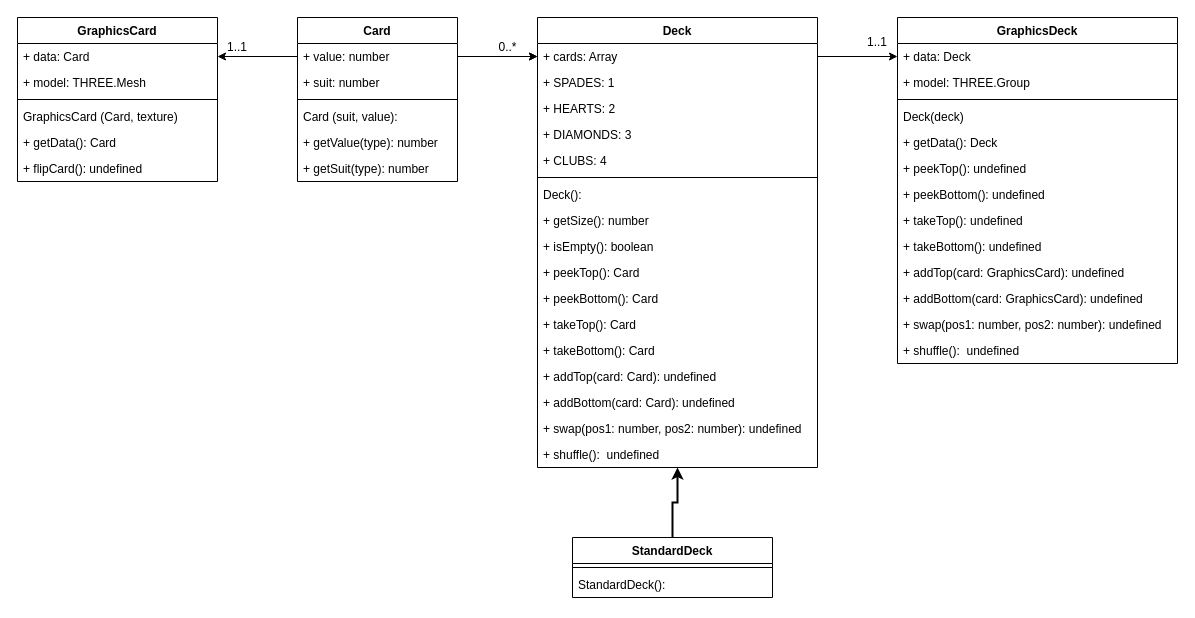
Before: page "UML" (1 of 2) of Diagrams/src/UML.drawio in craveiroa/GameOfWar, a draw.io diagram. Source tidied: cells renumbered, new cells numbered last; positions are measured from the earlier drawing's top-left corner, leaving out a move shared by most shapes. Both pictures are drawn from the tidied source at 100%, with x=0, y=0 at pixel (17, 17).
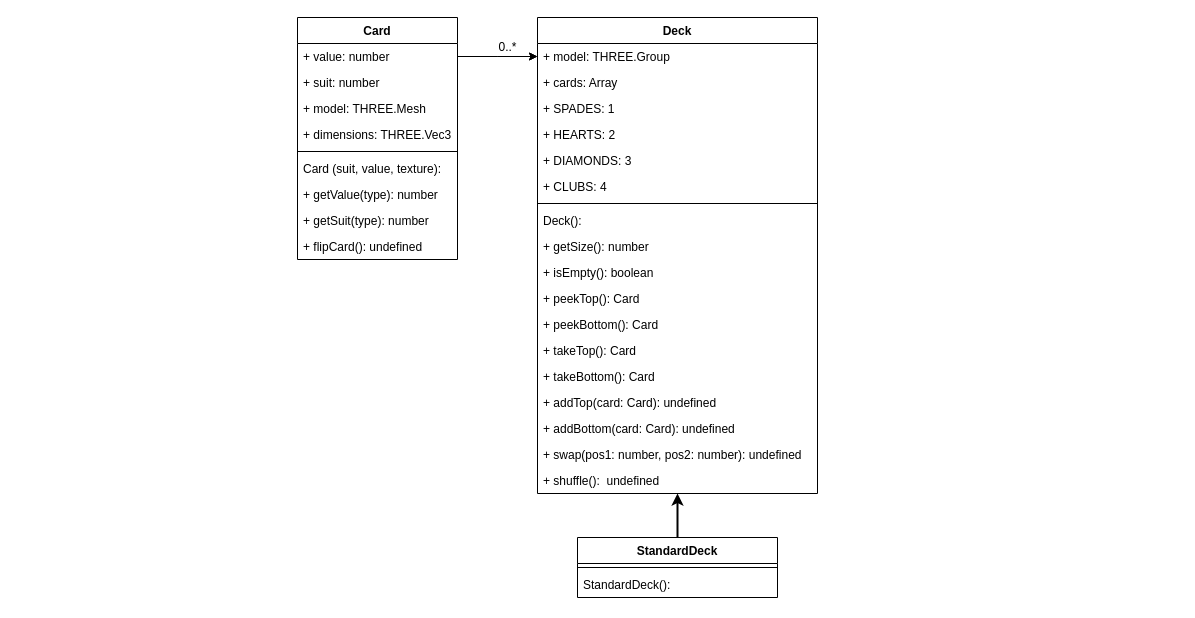
Above is the later version.

The change refers to these unchanged cells:
```xml
<mxCell id="3" value="+ value: number" style="text;strokeColor=none;fillColor=none;align=left;verticalAlign=top;spacingLeft=4;spacingRight=4;overflow=hidden;points=[[0,0.5],[1,0.5]];portConstraint=eastwest;" parent="2" vertex="1">
  <mxGeometry y="26" width="160" height="26" as="geometry" />
</mxCell>
```

Change to the diagram source:
```diff
@@
     <mxCell id="2" value="Card" style="swimlane;fontStyle=1;align=center;verticalAlign=top;horizontal=1;startSize=26;" parent="1" vertex="1">
-      <mxGeometry x="280" width="160" height="164" as="geometry" />
+      <mxGeometry x="280" width="160" height="242" as="geometry" />
     </mxCell>
@@
+    <mxCell id="36" value="+ model: THREE.Mesh" style="text;strokeColor=none;fillColor=none;align=left;verticalAlign=top;spacingLeft=4;spacingRight=4;overflow=hidden;" parent="2" vertex="1">
+      <mxGeometry y="78" width="160" height="26" as="geometry" />
+    </mxCell>
+    <mxCell id="59" value="+ dimensions: THREE.Vec3" style="text;strokeColor=none;fillColor=none;align=left;verticalAlign=top;spacingLeft=4;spacingRight=4;overflow=hidden;" parent="2" vertex="1">
+      <mxGeometry y="104" width="160" height="26" as="geometry" />
+    </mxCell>
     <mxCell id="5" style="line;strokeWidth=1;fillColor=none;align=left;verticalAlign=middle;spacingTop=-1;spacingLeft=3;spacingRight=3;labelPosition=right;strokeColor=inherit;" parent="2" vertex="1">
-      <mxGeometry y="78" width="160" height="8" as="geometry" />
+      <mxGeometry y="130" width="160" height="8" as="geometry" />
     </mxCell>
-    <mxCell id="6" value="Card (suit, value):" style="text;strokeColor=none;fillColor=none;align=left;verticalAlign=top;spacingLeft=4;spacingRight=4;overflow=hidden;" parent="2" vertex="1">
-      <mxGeometry y="86" width="160" height="26" as="geometry" />
+    <mxCell id="6" value="Card (suit, value, texture):" style="text;strokeColor=none;fillColor=none;align=left;verticalAlign=top;spacingLeft=4;spacingRight=4;overflow=hidden;" parent="2" vertex="1">
+      <mxGeometry y="138" width="160" height="26" as="geometry" />
     </mxCell>
     <mxCell id="7" value="+ getValue(type): number" style="text;strokeColor=none;fillColor=none;align=left;verticalAlign=top;spacingLeft=4;spacingRight=4;overflow=hidden;" parent="2" vertex="1">
-      <mxGeometry y="112" width="160" height="26" as="geometry" />
+      <mxGeometry y="164" width="160" height="26" as="geometry" />
     </mxCell>
     <mxCell id="8" value="+ getSuit(type): number" style="text;strokeColor=none;fillColor=none;align=left;verticalAlign=top;spacingLeft=4;spacingRight=4;overflow=hidden;" parent="2" vertex="1">
-      <mxGeometry y="138" width="160" height="26" as="geometry" />
+      <mxGeometry y="190" width="160" height="26" as="geometry" />
     </mxCell>
+    <mxCell id="40" value="+ flipCard(): undefined" style="text;strokeColor=none;fillColor=none;align=left;verticalAlign=top;spacingLeft=4;spacingRight=4;overflow=hidden;" parent="2" vertex="1">
+      <mxGeometry y="216" width="160" height="26" as="geometry" />
+    </mxCell>
     <mxCell id="9" value="Deck" style="swimlane;fontStyle=1;align=center;verticalAlign=top;horizontal=1;startSize=26;" parent="1" vertex="1">
-      <mxGeometry x="520" width="280" height="450" as="geometry" />
+      <mxGeometry x="520" width="280" height="476" as="geometry" />
     </mxCell>
-    <mxCell id="10" value="+ cards: Array" style="text;strokeColor=none;fillColor=none;align=left;verticalAlign=top;spacingLeft=4;spacingRight=4;overflow=hidden;points=[[0,0.5],[1,0.5]];portConstraint=eastwest;" parent="9" vertex="1">
-      <mxGeometry y="26" width="280" height="26" as="geometry" />
-    </mxCell>
+    <mxCell id="60" value="+ model: THREE.Group" style="text;strokeColor=none;fillColor=none;align=left;verticalAlign=top;spacingLeft=4;spacingRight=4;overflow=hidden;" parent="9" vertex="1">
+      <mxGeometry y="26" width="280" height="26" as="geometry" />
+    </mxCell>
+    <mxCell id="45" value="+ cards: Array" style="text;strokeColor=none;fillColor=none;align=left;verticalAlign=top;spacingLeft=4;spacingRight=4;overflow=hidden;" parent="9" vertex="1">
+      <mxGeometry y="52" width="280" height="26" as="geometry" />
+    </mxCell>
     <mxCell id="11" value="+ SPADES: 1" style="text;strokeColor=none;fillColor=none;align=left;verticalAlign=top;spacingLeft=4;spacingRight=4;overflow=hidden;" parent="9" vertex="1">
-      <mxGeometry y="52" width="280" height="26" as="geometry" />
+      <mxGeometry y="78" width="280" height="26" as="geometry" />
     </mxCell>
     <mxCell id="12" value="+ HEARTS: 2" style="text;strokeColor=none;fillColor=none;align=left;verticalAlign=top;spacingLeft=4;spacingRight=4;overflow=hidden;" parent="9" vertex="1">
-      <mxGeometry y="78" width="280" height="26" as="geometry" />
+      <mxGeometry y="104" width="280" height="26" as="geometry" />
     </mxCell>
     <mxCell id="13" value="+ DIAMONDS: 3" style="text;strokeColor=none;fillColor=none;align=left;verticalAlign=top;spacingLeft=4;spacingRight=4;overflow=hidden;" parent="9" vertex="1">
-      <mxGeometry y="104" width="280" height="26" as="geometry" />
+      <mxGeometry y="130" width="280" height="26" as="geometry" />
     </mxCell>
     <mxCell id="14" value="+ CLUBS: 4" style="text;strokeColor=none;fillColor=none;align=left;verticalAlign=top;spacingLeft=4;spacingRight=4;overflow=hidden;" parent="9" vertex="1">
-      <mxGeometry y="130" width="280" height="26" as="geometry" />
+      <mxGeometry y="156" width="280" height="26" as="geometry" />
     </mxCell>
     <mxCell id="15" style="line;strokeWidth=1;fillColor=none;align=left;verticalAlign=middle;spacingTop=-1;spacingLeft=3;spacingRight=3;labelPosition=right;strokeColor=inherit;" parent="9" vertex="1">
-      <mxGeometry y="156" width="280" height="8" as="geometry" />
+      <mxGeometry y="182" width="280" height="8" as="geometry" />
     </mxCell>
     <mxCell id="16" value="Deck():" style="text;strokeColor=none;fillColor=none;align=left;verticalAlign=top;spacingLeft=4;spacingRight=4;overflow=hidden;" parent="9" vertex="1">
-      <mxGeometry y="164" width="280" height="26" as="geometry" />
+      <mxGeometry y="190" width="280" height="26" as="geometry" />
     </mxCell>
     <mxCell id="17" value="+ getSize(): number" style="text;strokeColor=none;fillColor=none;align=left;verticalAlign=top;spacingLeft=4;spacingRight=4;overflow=hidden;" parent="9" vertex="1">
-      <mxGeometry y="190" width="280" height="26" as="geometry" />
+      <mxGeometry y="216" width="280" height="26" as="geometry" />
     </mxCell>
     <mxCell id="18" value="+ isEmpty(): boolean" style="text;strokeColor=none;fillColor=none;align=left;verticalAlign=top;spacingLeft=4;spacingRight=4;overflow=hidden;" parent="9" vertex="1">
-      <mxGeometry y="216" width="280" height="26" as="geometry" />
+      <mxGeometry y="242" width="280" height="26" as="geometry" />
     </mxCell>
     <mxCell id="19" value="+ peekTop(): Card" style="text;strokeColor=none;fillColor=none;align=left;verticalAlign=top;spacingLeft=4;spacingRight=4;overflow=hidden;" parent="9" vertex="1">
-      <mxGeometry y="242" width="280" height="26" as="geometry" />
+      <mxGeometry y="268" width="280" height="26" as="geometry" />
     </mxCell>
     <mxCell id="20" value="+ peekBottom(): Card" style="text;strokeColor=none;fillColor=none;align=left;verticalAlign=top;spacingLeft=4;spacingRight=4;overflow=hidden;" parent="9" vertex="1">
-      <mxGeometry y="268" width="280" height="26" as="geometry" />
+      <mxGeometry y="294" width="280" height="26" as="geometry" />
     </mxCell>
     <mxCell id="21" value="+ takeTop(): Card" style="text;strokeColor=none;fillColor=none;align=left;verticalAlign=top;spacingLeft=4;spacingRight=4;overflow=hidden;" parent="9" vertex="1">
-      <mxGeometry y="294" width="280" height="26" as="geometry" />
+      <mxGeometry y="320" width="280" height="26" as="geometry" />
     </mxCell>
     <mxCell id="22" value="+ takeBottom(): Card" style="text;strokeColor=none;fillColor=none;align=left;verticalAlign=top;spacingLeft=4;spacingRight=4;overflow=hidden;" parent="9" vertex="1">
-      <mxGeometry y="320" width="280" height="26" as="geometry" />
+      <mxGeometry y="346" width="280" height="26" as="geometry" />
     </mxCell>
     <mxCell id="23" value="+ addTop(card: Card): undefined" style="text;strokeColor=none;fillColor=none;align=left;verticalAlign=top;spacingLeft=4;spacingRight=4;overflow=hidden;" parent="9" vertex="1">
-      <mxGeometry y="346" width="280" height="26" as="geometry" />
+      <mxGeometry y="372" width="280" height="26" as="geometry" />
     </mxCell>
     <mxCell id="24" value="+ addBottom(card: Card): undefined" style="text;strokeColor=none;fillColor=none;align=left;verticalAlign=top;spacingLeft=4;spacingRight=4;overflow=hidden;" parent="9" vertex="1">
-      <mxGeometry y="372" width="280" height="26" as="geometry" />
+      <mxGeometry y="398" width="280" height="26" as="geometry" />
     </mxCell>
     <mxCell id="25" value="+ swap(pos1: number, pos2: number): undefined" style="text;strokeColor=none;fillColor=none;align=left;verticalAlign=top;spacingLeft=4;spacingRight=4;overflow=hidden;" parent="9" vertex="1">
-      <mxGeometry y="398" width="280" height="26" as="geometry" />
+      <mxGeometry y="424" width="280" height="26" as="geometry" />
     </mxCell>
     <mxCell id="26" value="+ shuffle():  undefined" style="text;strokeColor=none;fillColor=none;align=left;verticalAlign=top;spacingLeft=4;spacingRight=4;overflow=hidden;points=[[0,0.5],[1,0.5]];portConstraint=eastwest;" parent="9" vertex="1">
-      <mxGeometry y="424" width="280" height="26" as="geometry" />
+      <mxGeometry y="450" width="280" height="26" as="geometry" />
     </mxCell>
@@
-    <mxCell id="29" style="edgeStyle=orthogonalEdgeStyle;rounded=0;jettySize=auto;html=1;exitX=1;exitY=0.5;exitDx=0;exitDy=0;entryX=0;entryY=0.5;entryDx=0;entryDy=0;" parent="1" edge="1" source="3" target="10">
-      <mxGeometry relative="1" as="geometry" />
+    <mxCell id="29" style="edgeStyle=orthogonalEdgeStyle;rounded=0;jettySize=auto;html=1;exitX=1;exitY=0.5;exitDx=0;exitDy=0;entryX=0;entryY=0.5;entryDx=0;entryDy=0;" parent="1" edge="1" source="3">
+      <mxGeometry relative="1" as="geometry">
+        <mxPoint x="520" y="39" as="targetPoint" />
+      </mxGeometry>
     </mxCell>
@@
     <mxCell id="31" value="StandardDeck" style="swimlane;fontStyle=1;align=center;verticalAlign=top;horizontal=1;startSize=26;" parent="1" vertex="1">
-      <mxGeometry x="555" y="520" width="200" height="60" as="geometry" />
+      <mxGeometry x="560" y="520" width="200" height="60" as="geometry" />
     </mxCell>
@@
-    <mxCell id="34" value="GraphicsCard" style="swimlane;fontStyle=1;align=center;verticalAlign=top;horizontal=1;startSize=26;" parent="1" vertex="1">
-      <mxGeometry width="200" height="164" as="geometry" />
-    </mxCell>
-    <mxCell id="35" value="+ data: Card" style="text;strokeColor=none;fillColor=none;align=left;verticalAlign=top;spacingLeft=4;spacingRight=4;overflow=hidden;points=[[0,0.5],[1,0.5]];portConstraint=eastwest;" parent="34" vertex="1">
-      <mxGeometry y="26" width="200" height="26" as="geometry" />
-    </mxCell>
-    <mxCell id="36" value="+ model: THREE.Mesh" style="text;strokeColor=none;fillColor=none;align=left;verticalAlign=top;spacingLeft=4;spacingRight=4;overflow=hidden;" parent="34" vertex="1">
-      <mxGeometry y="52" width="200" height="26" as="geometry" />
-    </mxCell>
-    <mxCell id="37" style="line;strokeWidth=1;fillColor=none;align=left;verticalAlign=middle;spacingTop=-1;spacingLeft=3;spacingRight=3;labelPosition=right;strokeColor=inherit;" parent="34" vertex="1">
-      <mxGeometry y="78" width="200" height="8" as="geometry" />
-    </mxCell>
-    <mxCell id="38" value="GraphicsCard (Card, texture)" style="text;strokeColor=none;fillColor=none;align=left;verticalAlign=top;spacingLeft=4;spacingRight=4;overflow=hidden;" parent="34" vertex="1">
-      <mxGeometry y="86" width="200" height="26" as="geometry" />
-    </mxCell>
-    <mxCell id="39" value="+ getData(): Card" style="text;strokeColor=none;fillColor=none;align=left;verticalAlign=top;spacingLeft=4;spacingRight=4;overflow=hidden;" parent="34" vertex="1">
-      <mxGeometry y="112" width="200" height="26" as="geometry" />
-    </mxCell>
-    <mxCell id="40" value="+ flipCard(): undefined" style="text;strokeColor=none;fillColor=none;align=left;verticalAlign=top;spacingLeft=4;spacingRight=4;overflow=hidden;" parent="34" vertex="1">
-      <mxGeometry y="138" width="200" height="26" as="geometry" />
-    </mxCell>
-    <mxCell id="41" style="edgeStyle=orthogonalEdgeStyle;rounded=0;jettySize=auto;html=1;exitX=0;exitY=0.5;exitDx=0;exitDy=0;entryX=1;entryY=0.5;entryDx=0;entryDy=0;" parent="1" edge="1" source="3" target="35">
-      <mxGeometry relative="1" as="geometry" />
-    </mxCell>
-    <mxCell id="42" value="1..1" style="text;html=1;strokeColor=none;fillColor=none;align=center;verticalAlign=middle;whiteSpace=wrap;rounded=0;" parent="1" vertex="1">
-      <mxGeometry x="190" y="15" width="60" height="30" as="geometry" />
-    </mxCell>
-    <mxCell id="43" value="GraphicsDeck" style="swimlane;fontStyle=1;align=center;verticalAlign=top;horizontal=1;startSize=26;" parent="1" vertex="1">
-      <mxGeometry x="880" width="280" height="346" as="geometry" />
-    </mxCell>
-    <mxCell id="44" value="+ data: Deck" style="text;strokeColor=none;fillColor=none;align=left;verticalAlign=top;spacingLeft=4;spacingRight=4;overflow=hidden;points=[[0,0.5],[1,0.5]];portConstraint=eastwest;" parent="43" vertex="1">
-      <mxGeometry y="26" width="280" height="26" as="geometry" />
-    </mxCell>
-    <mxCell id="45" value="+ model: THREE.Group" style="text;strokeColor=none;fillColor=none;align=left;verticalAlign=top;spacingLeft=4;spacingRight=4;overflow=hidden;" parent="43" vertex="1">
-      <mxGeometry y="52" width="280" height="26" as="geometry" />
-    </mxCell>
-    <mxCell id="46" style="line;strokeWidth=1;fillColor=none;align=left;verticalAlign=middle;spacingTop=-1;spacingLeft=3;spacingRight=3;labelPosition=right;strokeColor=inherit;" parent="43" vertex="1">
-      <mxGeometry y="78" width="280" height="8" as="geometry" />
-    </mxCell>
-    <mxCell id="47" value="Deck(deck)" style="text;strokeColor=none;fillColor=none;align=left;verticalAlign=top;spacingLeft=4;spacingRight=4;overflow=hidden;" parent="43" vertex="1">
-      <mxGeometry y="86" width="280" height="26" as="geometry" />
-    </mxCell>
-    <mxCell id="48" value="+ getData(): Deck" style="text;strokeColor=none;fillColor=none;align=left;verticalAlign=top;spacingLeft=4;spacingRight=4;overflow=hidden;" parent="43" vertex="1">
-      <mxGeometry y="112" width="280" height="26" as="geometry" />
-    </mxCell>
-    <mxCell id="49" value="+ peekTop(): undefined" style="text;strokeColor=none;fillColor=none;align=left;verticalAlign=top;spacingLeft=4;spacingRight=4;overflow=hidden;" parent="43" vertex="1">
-      <mxGeometry y="138" width="280" height="26" as="geometry" />
-    </mxCell>
-    <mxCell id="50" value="+ peekBottom(): undefined" style="text;strokeColor=none;fillColor=none;align=left;verticalAlign=top;spacingLeft=4;spacingRight=4;overflow=hidden;" parent="43" vertex="1">
-      <mxGeometry y="164" width="280" height="26" as="geometry" />
-    </mxCell>
-    <mxCell id="51" value="+ takeTop(): undefined" style="text;strokeColor=none;fillColor=none;align=left;verticalAlign=top;spacingLeft=4;spacingRight=4;overflow=hidden;" parent="43" vertex="1">
-      <mxGeometry y="190" width="280" height="26" as="geometry" />
-    </mxCell>
-    <mxCell id="52" value="+ takeBottom(): undefined" style="text;strokeColor=none;fillColor=none;align=left;verticalAlign=top;spacingLeft=4;spacingRight=4;overflow=hidden;" parent="43" vertex="1">
-      <mxGeometry y="216" width="280" height="26" as="geometry" />
-    </mxCell>
-    <mxCell id="53" value="+ addTop(card: GraphicsCard): undefined" style="text;strokeColor=none;fillColor=none;align=left;verticalAlign=top;spacingLeft=4;spacingRight=4;overflow=hidden;" parent="43" vertex="1">
-      <mxGeometry y="242" width="280" height="26" as="geometry" />
-    </mxCell>
-    <mxCell id="54" value="+ addBottom(card: GraphicsCard): undefined" style="text;strokeColor=none;fillColor=none;align=left;verticalAlign=top;spacingLeft=4;spacingRight=4;overflow=hidden;" parent="43" vertex="1">
-      <mxGeometry y="268" width="280" height="26" as="geometry" />
-    </mxCell>
-    <mxCell id="55" value="+ swap(pos1: number, pos2: number): undefined" style="text;strokeColor=none;fillColor=none;align=left;verticalAlign=top;spacingLeft=4;spacingRight=4;overflow=hidden;" parent="43" vertex="1">
-      <mxGeometry y="294" width="280" height="26" as="geometry" />
-    </mxCell>
-    <mxCell id="56" value="+ shuffle():  undefined" style="text;strokeColor=none;fillColor=none;align=left;verticalAlign=top;spacingLeft=4;spacingRight=4;overflow=hidden;" parent="43" vertex="1">
-      <mxGeometry y="320" width="280" height="26" as="geometry" />
-    </mxCell>
-    <mxCell id="57" style="edgeStyle=orthogonalEdgeStyle;rounded=0;jettySize=auto;html=1;exitX=1;exitY=0.5;exitDx=0;exitDy=0;entryX=0;entryY=0.5;entryDx=0;entryDy=0;" parent="1" edge="1" source="10" target="44">
-      <mxGeometry relative="1" as="geometry" />
-    </mxCell>
-    <mxCell id="58" value="1..1" style="text;html=1;strokeColor=none;fillColor=none;align=center;verticalAlign=middle;whiteSpace=wrap;rounded=0;" parent="1" vertex="1">
-      <mxGeometry x="830" y="10" width="60" height="30" as="geometry" />
-    </mxCell>
```
